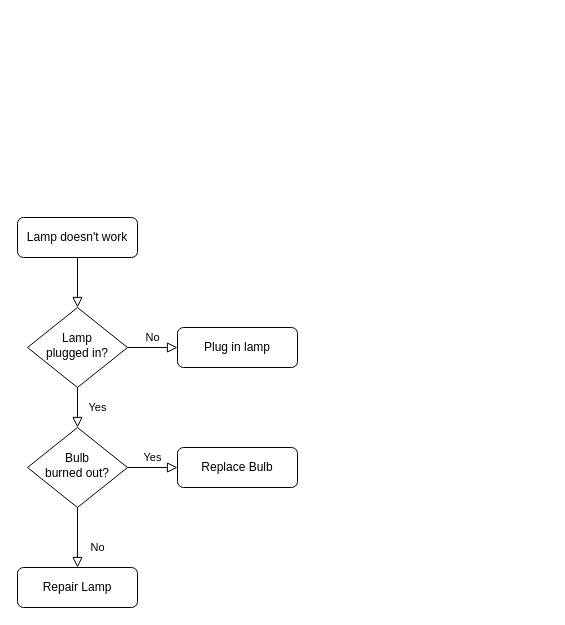
Above: Documentation/Untitled Diagram.drawio in krushitagangani/Invoice_management (draw.io), before the change. Source tidied: cells renumbered, new cells numbered last; positions are measured from the earlier drawing's top-left corner, leaving out a move shared by most shapes. Both pictures are drawn from the tidied source at 100%, with x=0, y=0 at pixel (17, 217).
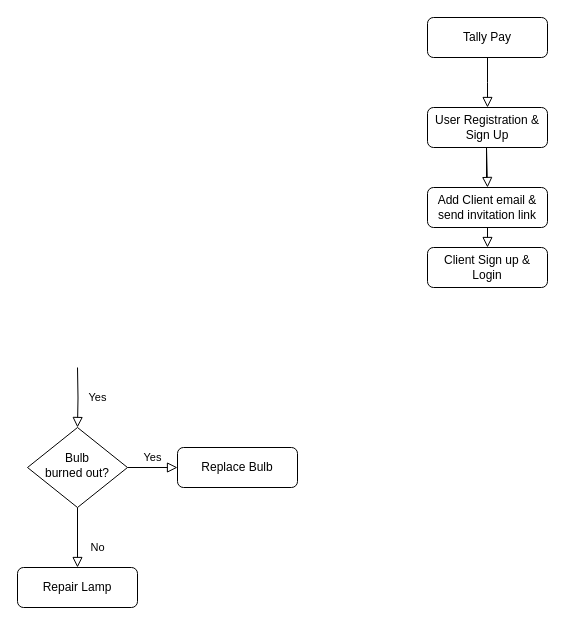
After the change.

Diff of the diagram source:
```diff
@@
 <mxGraphModel>
   <root>
     <mxCell id="0" />
     <mxCell id="1" parent="0" />
-    <mxCell id="2" style="rounded=0;html=1;jettySize=auto;fontSize=11;endArrow=block;endFill=0;endSize=8;strokeWidth=1;shadow=0;labelBackgroundColor=none;edgeStyle=orthogonalEdgeStyle;" parent="1" edge="1" source="3" target="6">
-      <mxGeometry relative="1" as="geometry" />
+    <mxCell id="2" style="rounded=0;html=1;jettySize=auto;fontSize=11;endArrow=block;endFill=0;endSize=8;strokeWidth=1;shadow=0;labelBackgroundColor=none;edgeStyle=orthogonalEdgeStyle;exitX=0.5;exitY=1;exitDx=0;exitDy=0;" parent="1" edge="1" source="3">
+      <mxGeometry relative="1" as="geometry">
+        <mxPoint x="470" y="-110" as="targetPoint" />
+      </mxGeometry>
     </mxCell>
-    <mxCell id="3" value="Lamp doesn't work" style="rounded=1;whiteSpace=wrap;html=1;fontSize=12;glass=0;strokeWidth=1;shadow=0;" parent="1" vertex="1">
-      <mxGeometry width="120" height="40" as="geometry" />
+    <mxCell id="3" value="Tally Pay" style="rounded=1;whiteSpace=wrap;html=1;fontSize=12;glass=0;strokeWidth=1;shadow=0;" parent="1" vertex="1">
+      <mxGeometry x="410" y="-200" width="120" height="40" as="geometry" />
     </mxCell>
-    <mxCell id="4" value="Yes" style="rounded=0;html=1;jettySize=auto;fontSize=11;endArrow=block;endFill=0;endSize=8;strokeWidth=1;shadow=0;labelBackgroundColor=none;edgeStyle=orthogonalEdgeStyle;" parent="1" edge="1" source="6" target="10">
-      <mxGeometry y="20" relative="1" as="geometry" />
+    <mxCell id="4" value="Yes" style="rounded=0;html=1;jettySize=auto;fontSize=11;endArrow=block;endFill=0;endSize=8;strokeWidth=1;shadow=0;labelBackgroundColor=none;edgeStyle=orthogonalEdgeStyle;" parent="1" edge="1" target="10">
+      <mxGeometry y="20" relative="1" as="geometry">
+        <mxPoint x="60" y="150" as="sourcePoint" />
+      </mxGeometry>
     </mxCell>
-    <mxCell id="5" value="No" style="edgeStyle=orthogonalEdgeStyle;rounded=0;html=1;jettySize=auto;fontSize=11;endArrow=block;endFill=0;endSize=8;strokeWidth=1;shadow=0;labelBackgroundColor=none;" parent="1" edge="1" source="6" target="7">
-      <mxGeometry y="10" relative="1" as="geometry" />
-    </mxCell>
-    <mxCell id="6" value="Lamp&lt;br&gt;plugged in?" style="rhombus;whiteSpace=wrap;html=1;shadow=0;fontFamily=Helvetica;fontSize=12;align=center;strokeWidth=1;spacing=6;spacingTop=-4;" parent="1" vertex="1">
-      <mxGeometry x="10" y="90" width="100" height="80" as="geometry" />
-    </mxCell>
-    <mxCell id="7" value="Plug in lamp" style="rounded=1;whiteSpace=wrap;html=1;fontSize=12;glass=0;strokeWidth=1;shadow=0;" parent="1" vertex="1">
-      <mxGeometry x="160" y="110" width="120" height="40" as="geometry" />
-    </mxCell>
     <mxCell id="8" value="No" style="rounded=0;html=1;jettySize=auto;fontSize=11;endArrow=block;endFill=0;endSize=8;strokeWidth=1;shadow=0;labelBackgroundColor=none;edgeStyle=orthogonalEdgeStyle;" parent="1" edge="1" source="10" target="11">
       <mxGeometry x="0.33" y="20" relative="1" as="geometry" />
     </mxCell>
     <mxCell id="9" value="Yes" style="edgeStyle=orthogonalEdgeStyle;rounded=0;html=1;jettySize=auto;fontSize=11;endArrow=block;endFill=0;endSize=8;strokeWidth=1;shadow=0;labelBackgroundColor=none;" parent="1" edge="1" source="10" target="12">
       <mxGeometry y="10" relative="1" as="geometry" />
     </mxCell>
     <mxCell id="10" value="Bulb&lt;br&gt;burned out?" style="rhombus;whiteSpace=wrap;html=1;shadow=0;fontFamily=Helvetica;fontSize=12;align=center;strokeWidth=1;spacing=6;spacingTop=-4;" parent="1" vertex="1">
       <mxGeometry x="10" y="210" width="100" height="80" as="geometry" />
     </mxCell>
     <mxCell id="11" value="Repair Lamp" style="rounded=1;whiteSpace=wrap;html=1;fontSize=12;glass=0;strokeWidth=1;shadow=0;" parent="1" vertex="1">
       <mxGeometry y="350" width="120" height="40" as="geometry" />
     </mxCell>
     <mxCell id="12" value="Replace Bulb" style="rounded=1;whiteSpace=wrap;html=1;fontSize=12;glass=0;strokeWidth=1;shadow=0;" parent="1" vertex="1">
       <mxGeometry x="160" y="230" width="120" height="40" as="geometry" />
     </mxCell>
+    <mxCell id="13" value="User Registration &amp;amp; Sign Up" style="rounded=1;whiteSpace=wrap;html=1;fontSize=12;glass=0;strokeWidth=1;shadow=0;" parent="1" vertex="1">
+      <mxGeometry x="410" y="-110" width="120" height="40" as="geometry" />
+    </mxCell>
+    <mxCell id="14" style="rounded=0;html=1;jettySize=auto;fontSize=11;endArrow=block;endFill=0;endSize=8;strokeWidth=1;shadow=0;labelBackgroundColor=none;edgeStyle=orthogonalEdgeStyle;exitX=0.5;exitY=1;exitDx=0;exitDy=0;" parent="1" edge="1" source="15">
+      <mxGeometry relative="1" as="geometry">
+        <mxPoint x="470" y="30" as="targetPoint" />
+      </mxGeometry>
+    </mxCell>
+    <mxCell id="15" value="Add Client email &amp;amp; send invitation link" style="rounded=1;whiteSpace=wrap;html=1;fontSize=12;glass=0;strokeWidth=1;shadow=0;" parent="1" vertex="1">
+      <mxGeometry x="410" y="-30" width="120" height="40" as="geometry" />
+    </mxCell>
+    <mxCell id="16" style="rounded=0;html=1;jettySize=auto;orthogonalLoop=1;fontSize=11;endArrow=block;endFill=0;endSize=8;strokeWidth=1;shadow=0;labelBackgroundColor=none;edgeStyle=orthogonalEdgeStyle;exitX=0.5;exitY=1;exitDx=0;exitDy=0;" parent="1" edge="1">
+      <mxGeometry relative="1" as="geometry">
+        <mxPoint x="469" y="-40" as="sourcePoint" />
+        <mxPoint x="470" y="-30" as="targetPoint" />
+        <Array as="points">
+          <mxPoint x="469" y="-70" />
+          <mxPoint x="469" y="-70" />
+        </Array>
+      </mxGeometry>
+    </mxCell>
+    <mxCell id="17" value="Client Sign up &amp;amp; Login" style="rounded=1;whiteSpace=wrap;html=1;fontSize=12;glass=0;strokeWidth=1;shadow=0;" parent="1" vertex="1">
+      <mxGeometry x="410" y="30" width="120" height="40" as="geometry" />
+    </mxCell>
   </root>
 </mxGraphModel>
```
